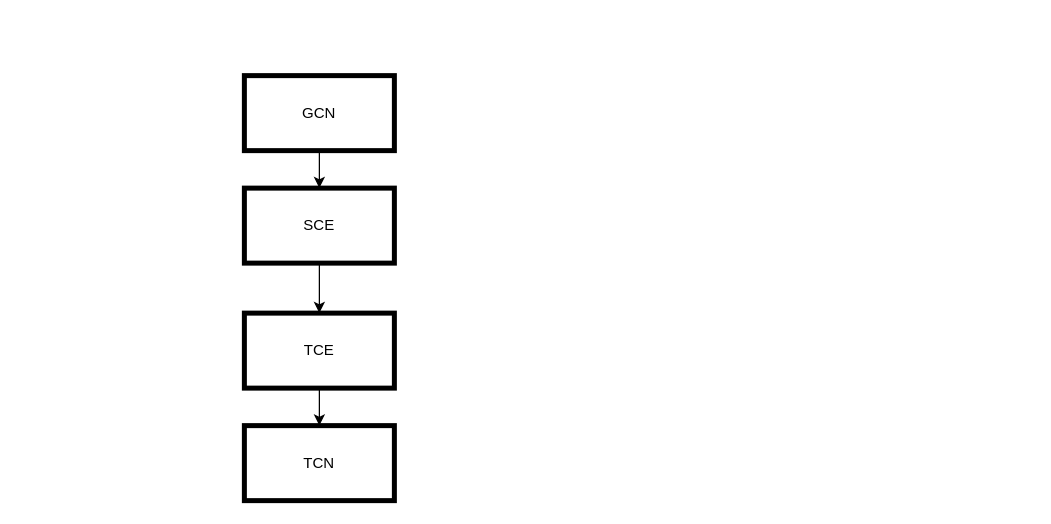
This is page "STCE" (8 of 9) of 1paper/STCE_figures .drawio from 1suancaiyu/blog, a draw.io file, before an edit. Source tidied: cells renumbered, new cells numbered last; positions are measured from the earlier drawing's top-left corner, leaving out a move shared by most shapes. Both pictures are drawn from the tidied source at 125%, with x=0, y=0 at pixel (244, 75). Pictures stored in the file or linked from it are replaced by grey dashed boxes.
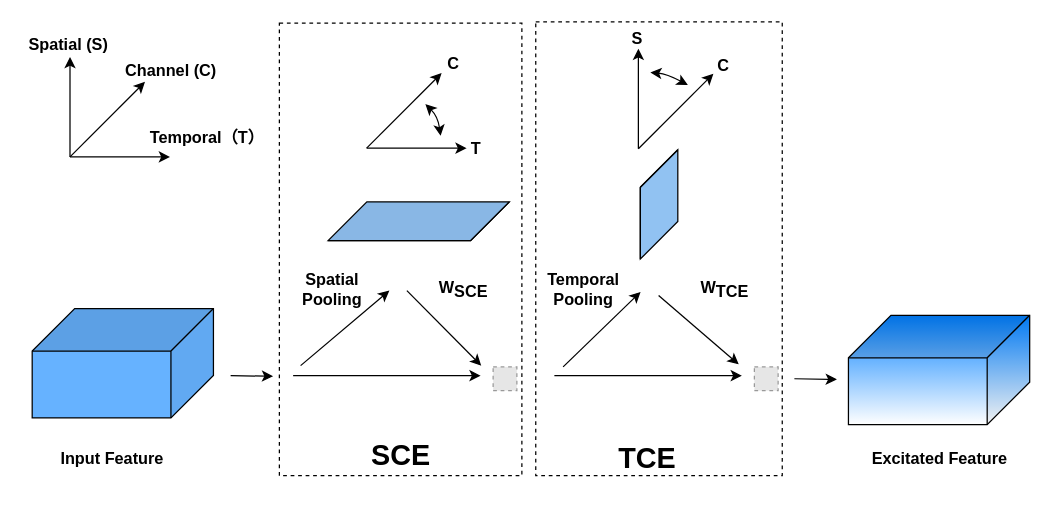
Above is the later version.

Change to the diagram source:
```diff
@@
-    <mxCell id="2" style="edgeStyle=orthogonalEdgeStyle;rounded=0;jettySize=auto;html=1;entryX=0.5;entryY=0;entryDx=0;entryDy=0;" parent="1" edge="1" source="3" target="5">
-      <mxGeometry relative="1" as="geometry" />
-    </mxCell>
-    <mxCell id="3" value="GCN" style="rounded=0;whiteSpace=wrap;html=1;strokeWidth=4;" parent="1" vertex="1">
-      <mxGeometry width="120" height="60" as="geometry" />
-    </mxCell>
-    <mxCell id="4" style="edgeStyle=orthogonalEdgeStyle;rounded=0;jettySize=auto;html=1;entryX=0.5;entryY=0;entryDx=0;entryDy=0;" parent="1" edge="1" source="5" target="7">
-      <mxGeometry relative="1" as="geometry" />
-    </mxCell>
+    <mxCell id="9" style="rounded=0;whiteSpace=wrap;html=1;fontSize=12;dashed=1;" parent="1" vertex="1">
+      <mxGeometry x="233.1" y="-43" width="197.2" height="363" as="geometry" />
+    </mxCell>
+    <mxCell id="10" style="rounded=0;whiteSpace=wrap;html=1;fontSize=12;dashed=1;" parent="1" vertex="1">
+      <mxGeometry x="28" y="-42" width="194" height="362" as="geometry" />
+    </mxCell>
+    <mxCell id="11" style="shape=cube;whiteSpace=wrap;html=1;boundedLbl=1;backgroundOutline=1;darkOpacity=0.05;darkOpacity2=0.1;rotation=90;size=34;fillColor=#66B2FF;gradientColor=none;gradientDirection=west;shadow=0;sketch=0;fontSize=13;fontStyle=1;" parent="1" vertex="1">
+      <mxGeometry x="-141" y="157.6" width="87.5" height="145" as="geometry" />
+    </mxCell>
+    <mxCell id="12" style="endArrow=classic;html=1;rounded=0;fontSize=13;fontStyle=1;" parent="1" edge="1">
+      <mxGeometry relative="1" as="geometry">
+        <mxPoint x="-139.5" y="65" as="sourcePoint" />
+        <mxPoint x="-79.5" y="5" as="targetPoint" />
+      </mxGeometry>
+    </mxCell>
+    <mxCell id="13" style="endArrow=classic;html=1;rounded=0;fontSize=13;fontStyle=1;" parent="1" edge="1">
+      <mxGeometry relative="1" as="geometry">
+        <mxPoint x="-139.5" y="65" as="sourcePoint" />
+        <mxPoint x="-139.5" y="-15" as="targetPoint" />
+      </mxGeometry>
+    </mxCell>
+    <mxCell id="14" style="endArrow=classic;html=1;rounded=0;fontSize=13;fontStyle=1;" parent="1" edge="1">
+      <mxGeometry relative="1" as="geometry">
+        <mxPoint x="-139.5" y="65" as="sourcePoint" />
+        <mxPoint x="-59.5" y="65" as="targetPoint" />
+      </mxGeometry>
+    </mxCell>
+    <mxCell id="15" value="Spatial (S)" style="text;html=1;align=center;verticalAlign=middle;strokeColor=none;fillColor=none;rotation=0;fontSize=13;fontStyle=1;" parent="1" vertex="1">
+      <mxGeometry x="-178" y="-35" width="73" height="20" as="geometry" />
+    </mxCell>
+    <mxCell id="16" value="Temporal（T）" style="text;html=1;align=center;verticalAlign=middle;strokeColor=none;fillColor=none;rotation=0;fontSize=13;fontStyle=1;" parent="1" vertex="1">
+      <mxGeometry x="-81" y="39.2" width="101" height="20" as="geometry" />
+    </mxCell>
+    <mxCell id="17" value="Channel (C)" style="text;html=1;align=center;verticalAlign=middle;strokeColor=none;fillColor=none;rotation=0;fontSize=13;fontStyle=1;" parent="1" vertex="1">
+      <mxGeometry x="-100.5" y="-14" width="83" height="20" as="geometry" />
+    </mxCell>
+    <mxCell id="18" style="endArrow=classic;html=1;rounded=0;strokeColor=#000000;fontSize=13;fontStyle=1;" parent="1" edge="1">
+      <mxGeometry relative="1" as="geometry">
+        <mxPoint x="315.2" y="58.5" as="sourcePoint" />
+        <mxPoint x="375.2" y="-1.5" as="targetPoint" />
+      </mxGeometry>
+    </mxCell>
+    <mxCell id="19" style="endArrow=classic;html=1;rounded=0;strokeColor=#000000;fontSize=13;fontStyle=1;" parent="1" edge="1">
+      <mxGeometry relative="1" as="geometry">
+        <mxPoint x="315.2" y="58.5" as="sourcePoint" />
+        <mxPoint x="315.2" y="-21.5" as="targetPoint" />
+      </mxGeometry>
+    </mxCell>
+    <mxCell id="20" style="endArrow=classic;startArrow=classic;html=1;rounded=0;curved=1;fontSize=13;fontStyle=1;" parent="1" edge="1">
+      <mxGeometry relative="1" as="geometry">
+        <mxPoint x="324.8" y="-2.5" as="sourcePoint" />
+        <mxPoint x="354.8" y="7.5" as="targetPoint" />
+        <Array as="points">
+          <mxPoint x="337.8" y="-1.5" />
+        </Array>
+      </mxGeometry>
+    </mxCell>
+    <mxCell id="21" style="edgeStyle=none;rounded=0;orthogonalLoop=1;jettySize=auto;html=1;strokeColor=#000000;exitX=-0.017;exitY=0.617;exitDx=0;exitDy=0;exitPerimeter=0;fontSize=13;fontStyle=1;" parent="1" edge="1">
+      <mxGeometry relative="1" as="geometry">
+        <mxPoint x="331.4" y="175.9" as="sourcePoint" />
+        <mxPoint x="395.5" y="231" as="targetPoint" />
+      </mxGeometry>
+    </mxCell>
+    <mxCell id="22" style="shape=cube;whiteSpace=wrap;html=1;boundedLbl=1;backgroundOutline=1;darkOpacity=0.05;darkOpacity2=0.1;rotation=90;size=34;fillColor=#99CCFF;fontSize=13;fontStyle=1;" parent="1" vertex="1">
+      <mxGeometry x="288" y="88" width="87.5" height="30" as="geometry" />
+    </mxCell>
+    <mxCell id="23" style="fillColor=#E6E6E6;strokeColor=#999999;dashed=1;verticalLabelPosition=bottom;labelBackgroundColor=default;verticalAlign=top;fontSize=13;fontStyle=1;" parent="1" vertex="1">
+      <mxGeometry x="408" y="233" width="19" height="19" as="geometry" />
+    </mxCell>
+    <mxCell id="24" style="edgeStyle=none;rounded=0;orthogonalLoop=1;jettySize=auto;html=1;strokeColor=#000000;fontSize=13;fontStyle=1;" parent="1" edge="1">
+      <mxGeometry relative="1" as="geometry">
+        <mxPoint x="255" y="233" as="sourcePoint" />
+        <mxPoint x="317" y="173" as="targetPoint" />
+      </mxGeometry>
+    </mxCell>
+    <mxCell id="25" style="edgeStyle=none;rounded=0;orthogonalLoop=1;jettySize=auto;html=1;strokeColor=#000000;fontSize=13;fontStyle=1;" parent="1" edge="1">
+      <mxGeometry relative="1" as="geometry">
+        <mxPoint x="248" y="240" as="sourcePoint" />
+        <mxPoint x="398" y="240" as="targetPoint" />
+      </mxGeometry>
+    </mxCell>
+    <mxCell id="26" value="W&lt;sub style=&quot;font-size: 13px;&quot;&gt;TCE&lt;/sub&gt;" style="text;html=1;align=center;verticalAlign=middle;strokeColor=none;fillColor=none;rotation=0;fontSize=13;fontStyle=1;" parent="1" vertex="1">
+      <mxGeometry x="360" y="159.5" width="48" height="23" as="geometry" />
+    </mxCell>
+    <mxCell id="27" value="Temporal &lt;br style=&quot;font-size: 13px;&quot;&gt;Pooling" style="text;html=1;align=center;verticalAlign=middle;strokeColor=none;fillColor=none;rotation=0;fontSize=13;fontStyle=1;" parent="1" vertex="1">
+      <mxGeometry x="237" y="153" width="67" height="36" as="geometry" />
+    </mxCell>
+    <mxCell id="28" style="edgeStyle=none;rounded=0;orthogonalLoop=1;jettySize=auto;html=1;strokeColor=#000000;fontSize=13;fontStyle=1;" parent="1" edge="1">
+      <mxGeometry relative="1" as="geometry">
+        <mxPoint x="130" y="172" as="sourcePoint" />
+        <mxPoint x="189.5" y="232" as="targetPoint" />
+      </mxGeometry>
+    </mxCell>
+    <mxCell id="29" style="fillColor=#E6E6E6;strokeColor=#999999;dashed=1;verticalLabelPosition=bottom;labelBackgroundColor=default;verticalAlign=top;fontSize=13;fontStyle=1;" parent="1" vertex="1">
+      <mxGeometry x="199" y="233" width="19" height="19" as="geometry" />
+    </mxCell>
+    <mxCell id="30" style="edgeStyle=none;rounded=0;orthogonalLoop=1;jettySize=auto;html=1;strokeColor=#000000;fontSize=13;fontStyle=1;" parent="1" edge="1">
+      <mxGeometry relative="1" as="geometry">
+        <mxPoint x="45" y="232" as="sourcePoint" />
+        <mxPoint x="116" y="172" as="targetPoint" />
+      </mxGeometry>
+    </mxCell>
+    <mxCell id="31" style="edgeStyle=none;rounded=0;orthogonalLoop=1;jettySize=auto;html=1;strokeColor=#000000;fontSize=13;fontStyle=1;" parent="1" edge="1">
+      <mxGeometry relative="1" as="geometry">
+        <mxPoint x="39" y="240" as="sourcePoint" />
+        <mxPoint x="189" y="240" as="targetPoint" />
+      </mxGeometry>
+    </mxCell>
+    <mxCell id="32" value="W&lt;sub style=&quot;font-size: 13px;&quot;&gt;SCE&lt;/sub&gt;" style="text;html=1;align=center;verticalAlign=middle;strokeColor=none;fillColor=none;rotation=0;fontSize=13;fontStyle=1;" parent="1" vertex="1">
+      <mxGeometry x="150" y="159.5" width="49" height="23" as="geometry" />
+    </mxCell>
+    <mxCell id="33" value="Spatial&lt;br style=&quot;font-size: 13px;&quot;&gt;Pooling" style="text;html=1;align=center;verticalAlign=middle;strokeColor=none;fillColor=none;rotation=0;fontSize=13;fontStyle=1;" parent="1" vertex="1">
+      <mxGeometry x="41" y="153" width="58" height="36" as="geometry" />
+    </mxCell>
+    <mxCell id="34" style="shape=cube;whiteSpace=wrap;html=1;boundedLbl=1;backgroundOutline=1;darkOpacity=0.05;darkOpacity2=0.1;rotation=90;size=34;fillColor=#99CCFF;fontSize=13;fontStyle=1;" parent="1" vertex="1">
+      <mxGeometry x="124" y="44" width="31" height="145" as="geometry" />
+    </mxCell>
+    <mxCell id="35" style="endArrow=classic;html=1;rounded=0;strokeColor=#000000;fontSize=13;fontStyle=1;" parent="1" edge="1">
+      <mxGeometry relative="1" as="geometry">
+        <mxPoint x="97.8" y="58" as="sourcePoint" />
+        <mxPoint x="157.8" y="-2" as="targetPoint" />
+      </mxGeometry>
+    </mxCell>
+    <mxCell id="36" style="endArrow=classic;html=1;rounded=0;strokeColor=#000000;fontSize=13;fontStyle=1;" parent="1" edge="1">
+      <mxGeometry relative="1" as="geometry">
+        <mxPoint x="97.8" y="58" as="sourcePoint" />
+        <mxPoint x="177.8" y="58" as="targetPoint" />
+      </mxGeometry>
+    </mxCell>
+    <mxCell id="37" value="T" style="text;html=1;align=center;verticalAlign=middle;strokeColor=none;fillColor=none;rotation=0;fontSize=13;fontStyle=1;" parent="1" vertex="1">
+      <mxGeometry x="176" y="48" width="18" height="20" as="geometry" />
+    </mxCell>
+    <mxCell id="38" style="endArrow=classic;startArrow=classic;html=1;rounded=0;curved=1;entryX=-0.007;entryY=1.073;entryDx=0;entryDy=0;entryPerimeter=0;fontSize=13;fontStyle=1;" parent="1" edge="1">
+      <mxGeometry relative="1" as="geometry">
+        <mxPoint x="144.8" y="22.7" as="sourcePoint" />
+        <mxPoint x="157" y="48.2" as="targetPoint" />
+        <Array as="points">
+          <mxPoint x="154.8" y="32.7" />
+        </Array>
+      </mxGeometry>
+    </mxCell>
+    <mxCell id="39" style="shape=cube;whiteSpace=wrap;html=1;boundedLbl=1;backgroundOutline=1;darkOpacity=0.05;darkOpacity2=0.1;rotation=90;size=34;gradientColor=#007FFF;gradientDirection=west;fontSize=13;fontStyle=1;" parent="1" vertex="1">
+      <mxGeometry x="512" y="163" width="87.5" height="145" as="geometry" />
+    </mxCell>
+    <mxCell id="40" style="edgeStyle=none;rounded=0;orthogonalLoop=1;jettySize=auto;html=1;strokeColor=#000000;fontSize=13;fontStyle=1;" parent="1" edge="1">
+      <mxGeometry relative="1" as="geometry">
+        <mxPoint x="440" y="242.5" as="sourcePoint" />
+        <mxPoint x="474" y="243" as="targetPoint" />
+      </mxGeometry>
+    </mxCell>
+    <mxCell id="41" value="C" style="text;html=1;align=center;verticalAlign=middle;strokeColor=none;fillColor=none;rotation=0;fontSize=13;fontStyle=1;" parent="1" vertex="1">
+      <mxGeometry x="157" y="-20.5" width="19" height="20" as="geometry" />
+    </mxCell>
+    <mxCell id="42" value="S" style="text;html=1;align=center;verticalAlign=middle;strokeColor=none;fillColor=none;rotation=0;fontSize=13;fontStyle=1;" parent="1" vertex="1">
+      <mxGeometry x="304" y="-40.5" width="19" height="20" as="geometry" />
+    </mxCell>
+    <mxCell id="43" value="C" style="text;html=1;align=center;verticalAlign=middle;strokeColor=none;fillColor=none;rotation=0;fontSize=13;fontStyle=1;" parent="1" vertex="1">
+      <mxGeometry x="373" y="-18.5" width="19" height="20" as="geometry" />
+    </mxCell>
-    <mxCell id="5" value="SCE" style="rounded=0;whiteSpace=wrap;html=1;strokeWidth=4;" parent="1" vertex="1">
-      <mxGeometry y="90" width="120" height="60" as="geometry" />
+    <mxCell id="5" value="&lt;font style=&quot;font-size: 23px&quot;&gt;SCE&lt;/font&gt;" style="text;html=1;align=center;verticalAlign=middle;points=[];strokeColor=none;fillColor=none;fontSize=13;fontStyle=1;" parent="1" vertex="1">
+      <mxGeometry x="96.5" y="292.6" width="57" height="23" as="geometry" />
     </mxCell>
-    <mxCell id="6" style="edgeStyle=orthogonalEdgeStyle;rounded=0;jettySize=auto;html=1;" parent="1" edge="1" source="7" target="8">
-      <mxGeometry relative="1" as="geometry" />
-    </mxCell>
-    <mxCell id="7" value="TCE" style="rounded=0;whiteSpace=wrap;html=1;strokeWidth=4;" parent="1" vertex="1">
-      <mxGeometry y="190" width="120" height="60" as="geometry" />
+    <mxCell id="7" value="&lt;font style=&quot;font-size: 23px&quot;&gt;TCE&lt;/font&gt;" style="text;html=1;align=center;verticalAlign=middle;points=[];strokeColor=none;fillColor=none;fontSize=13;fontStyle=1;" parent="1" vertex="1">
+      <mxGeometry x="294" y="294.1" width="56" height="23" as="geometry" />
     </mxCell>
-    <mxCell id="8" value="TCN" style="rounded=0;whiteSpace=wrap;html=1;strokeWidth=4;" parent="1" vertex="1">
-      <mxGeometry y="280" width="120" height="60" as="geometry" />
-    </mxCell>
+    <mxCell id="44" value="Excitated Feature" style="text;html=1;align=center;verticalAlign=middle;strokeColor=none;fillColor=none;fontSize=13;fontStyle=1;" parent="1" vertex="1">
+      <mxGeometry x="496.8" y="295.6" width="119" height="20" as="geometry" />
+    </mxCell>
+    <mxCell id="45" value="Input Feature" style="text;html=1;align=center;verticalAlign=middle;strokeColor=none;fillColor=none;fontSize=13;fontStyle=1;" parent="1" vertex="1">
+      <mxGeometry x="-153" y="295.6" width="93" height="20" as="geometry" />
+    </mxCell>
+    <mxCell id="46" style="edgeStyle=none;rounded=0;orthogonalLoop=1;jettySize=auto;html=1;strokeColor=#000000;fontSize=13;fontStyle=1;" parent="1" edge="1">
+      <mxGeometry relative="1" as="geometry">
+        <mxPoint x="-11" y="240" as="sourcePoint" />
+        <mxPoint x="23" y="240.5" as="targetPoint" />
+      </mxGeometry>
+    </mxCell>
```
